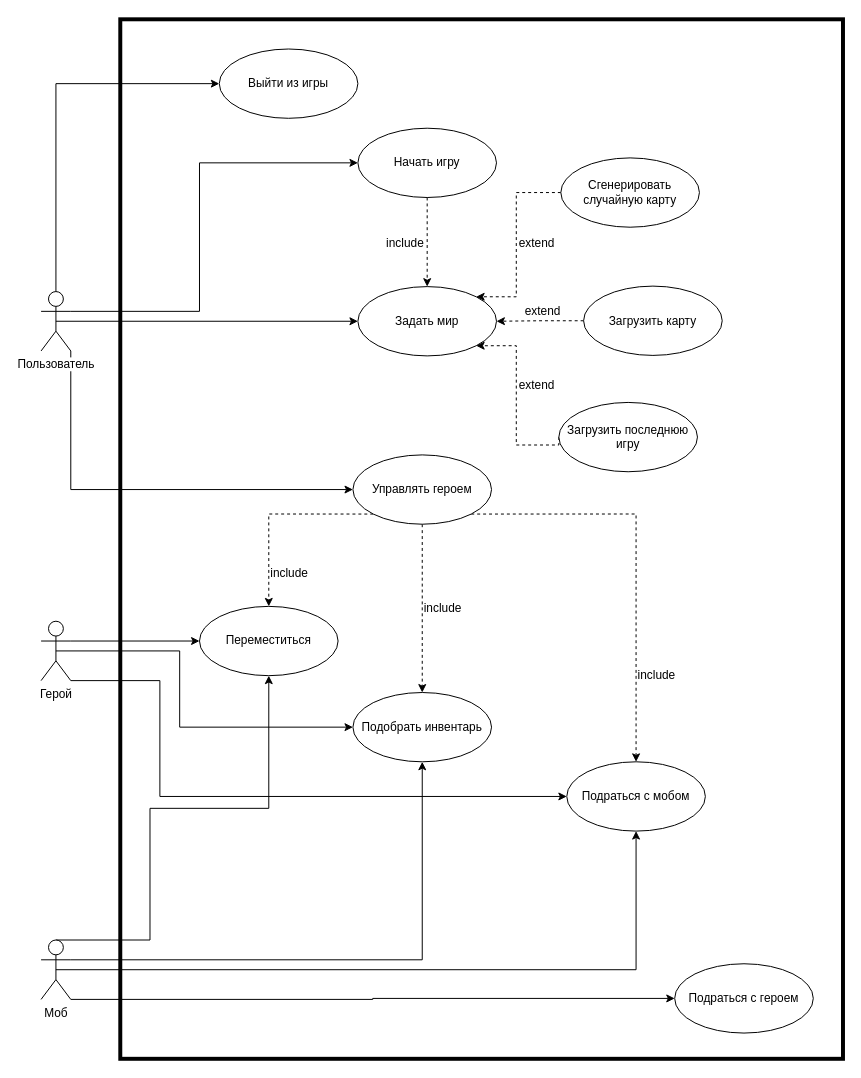
The draw.io diagram docs/src/useCaseDiagram.drawio in RAF96/au-2019-Roguelike, before the edit. Source tidied: cells renumbered, new cells numbered last; positions are measured from the earlier drawing's top-left corner, leaving out a move shared by most shapes. Both pictures are drawn from the tidied source at 99%, with x=0, y=0 at pixel (41, 19).
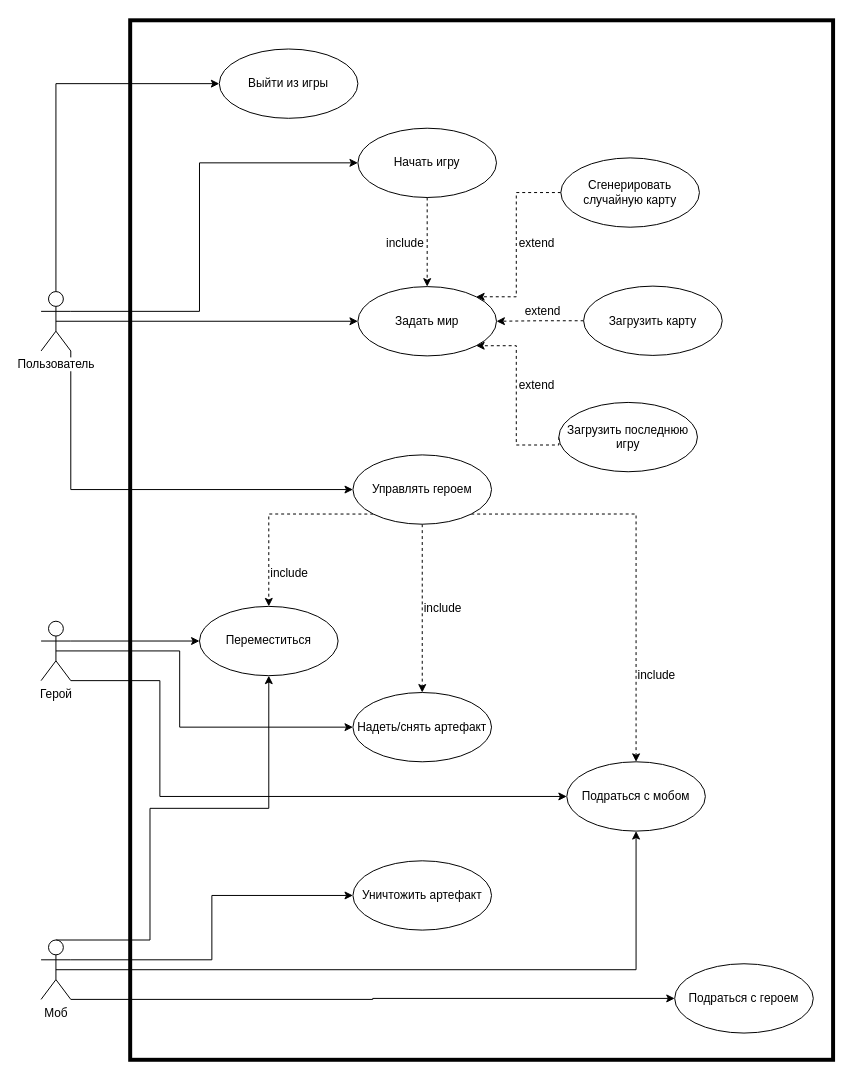
The same page after the edit.

Unchanged cells that the change refers to:
```xml
<mxCell id="39" value="Моб" style="shape=umlActor;verticalLabelPosition=bottom;labelBackgroundColor=#ffffff;verticalAlign=top;html=1;" parent="1" vertex="1">
  <mxGeometry y="930" width="30" height="60" as="geometry" />
</mxCell>
```

The edit, as a diff of the source:
```diff
@@
-    <mxCell id="17" value="Подобрать инвентарь" style="ellipse;whiteSpace=wrap;html=1;" parent="1" vertex="1">
+    <mxCell id="17" value="Надеть/снять артефакт" style="ellipse;whiteSpace=wrap;html=1;" parent="1" vertex="1">
       <mxGeometry x="315" y="680" width="140" height="70" as="geometry" />
     </mxCell>
@@
-    <mxCell id="36" style="edgeStyle=orthogonalEdgeStyle;rounded=0;jettySize=auto;html=1;exitX=1;exitY=0.3333333333333333;exitDx=0;exitDy=0;exitPerimeter=0;entryX=0.5;entryY=1;entryDx=0;entryDy=0;" parent="1" edge="1" source="39" target="17">
-      <mxGeometry relative="1" as="geometry" />
-    </mxCell>
@@
+    <mxCell id="42" style="edgeStyle=orthogonalEdgeStyle;rounded=0;jettySize=auto;html=1;exitX=1;exitY=0.3333333333333333;exitDx=0;exitDy=0;exitPerimeter=0;entryX=0;entryY=0.5;entryDx=0;entryDy=0;" parent="1" edge="1" source="39" target="43">
+      <mxGeometry relative="1" as="geometry" />
+    </mxCell>
@@
     <mxCell id="41" style="rounded=0;whiteSpace=wrap;html=1;fillColor=none;strokeWidth=4;" parent="1" vertex="1">
-      <mxGeometry x="80" width="730" height="1050" as="geometry" />
+      <mxGeometry x="90" y="1" width="710" height="1050" as="geometry" />
     </mxCell>
+    <mxCell id="43" value="Уничтожить артефакт" style="ellipse;whiteSpace=wrap;html=1;" parent="1" vertex="1">
+      <mxGeometry x="315" y="850" width="140" height="70" as="geometry" />
+    </mxCell>
```
